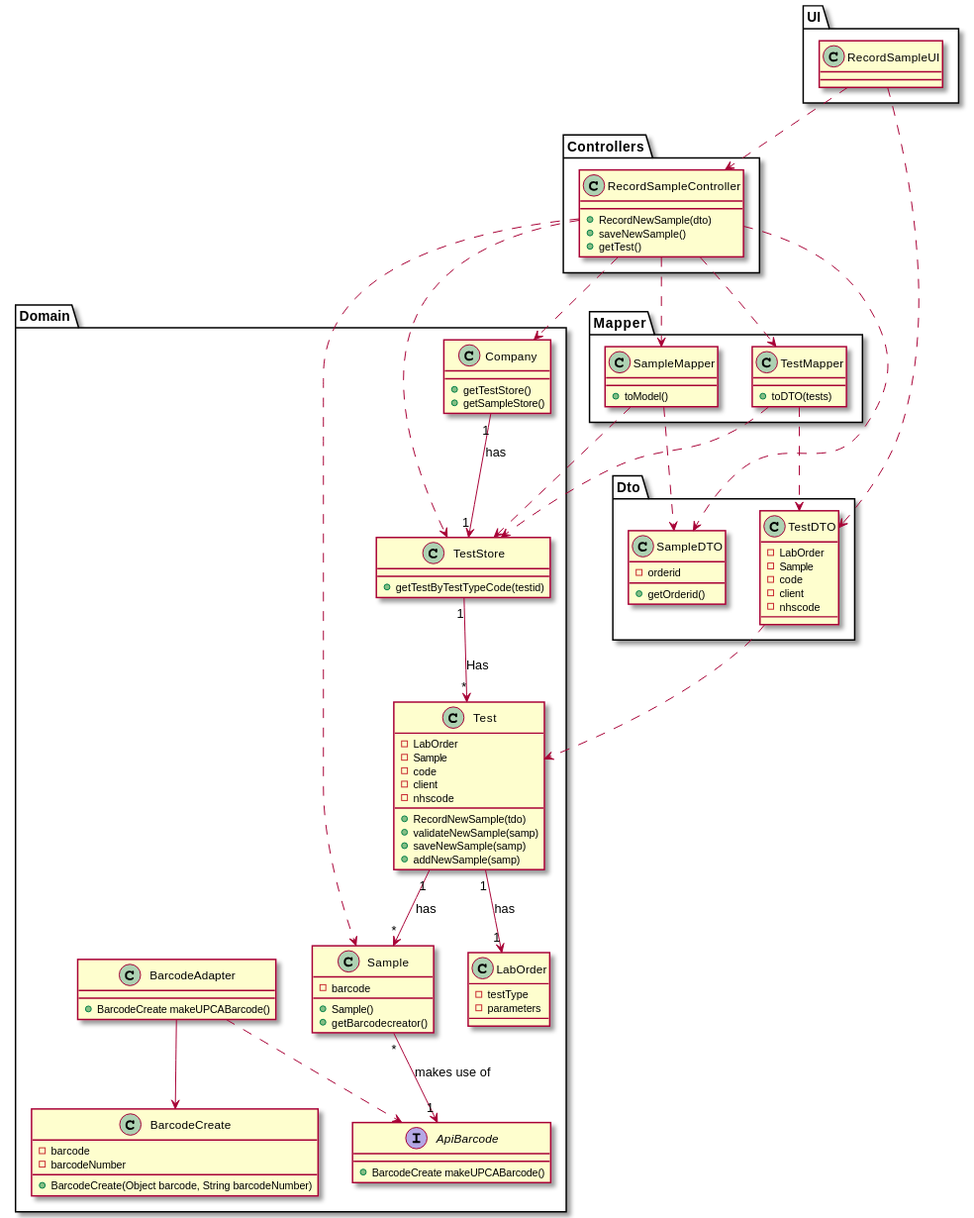
The PlantUML diagram docs/SprintC/US5_RecordTheSample/US005_CD.svg in Pedromaia26/LAPR2-ISEP, before a commit.
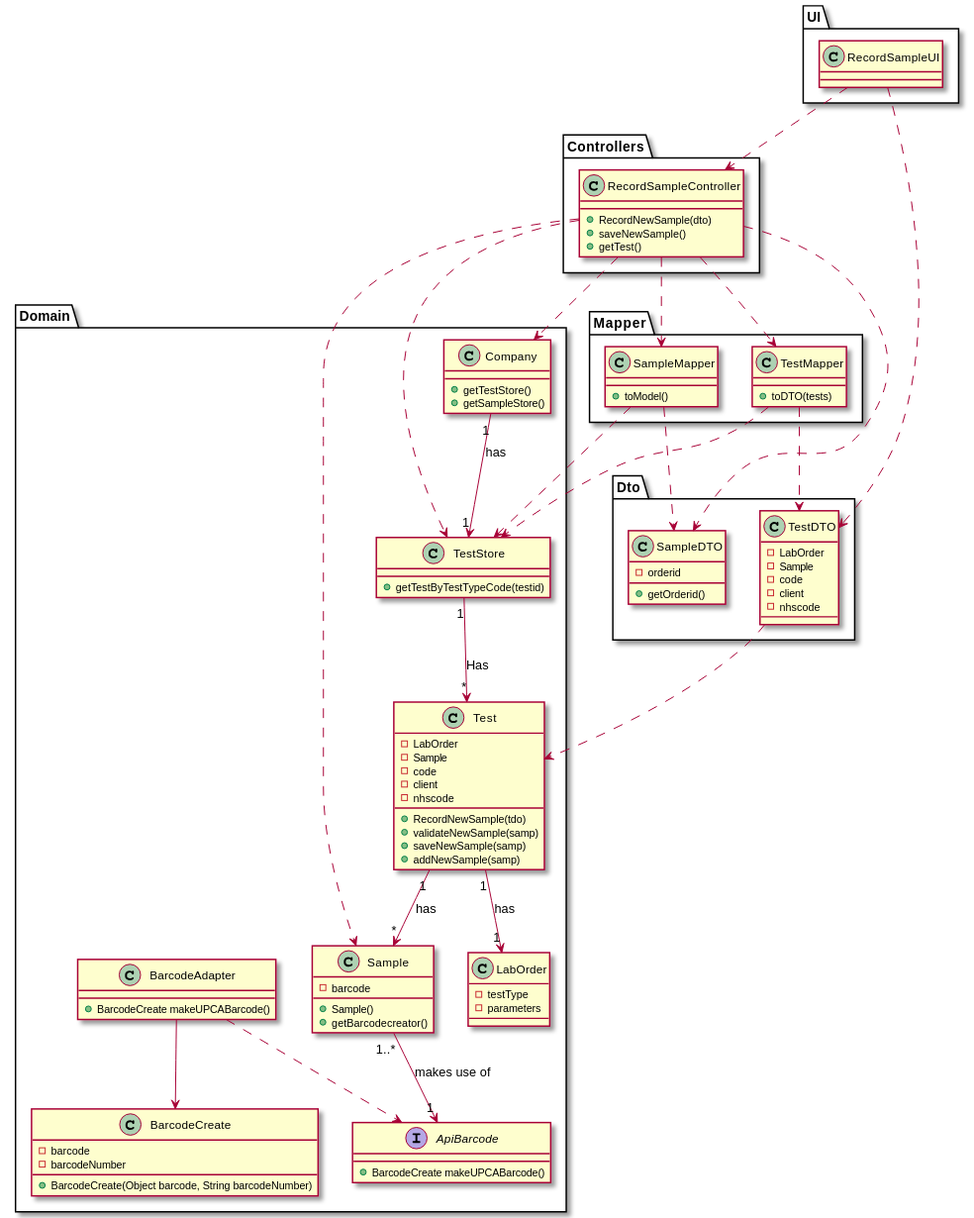
The same file after the commit.

Diff of the diagram source:
```diff
@@ -75,7 +75,7 @@
 
 SampleMapper ..> TestStore
 
-Sample"*" -->"1"ApiBarcode : makes use of
+Sample"1..*" -->"1"ApiBarcode : makes use of
 
 BarcodeAdapter  ..> ApiBarcode
 
```
